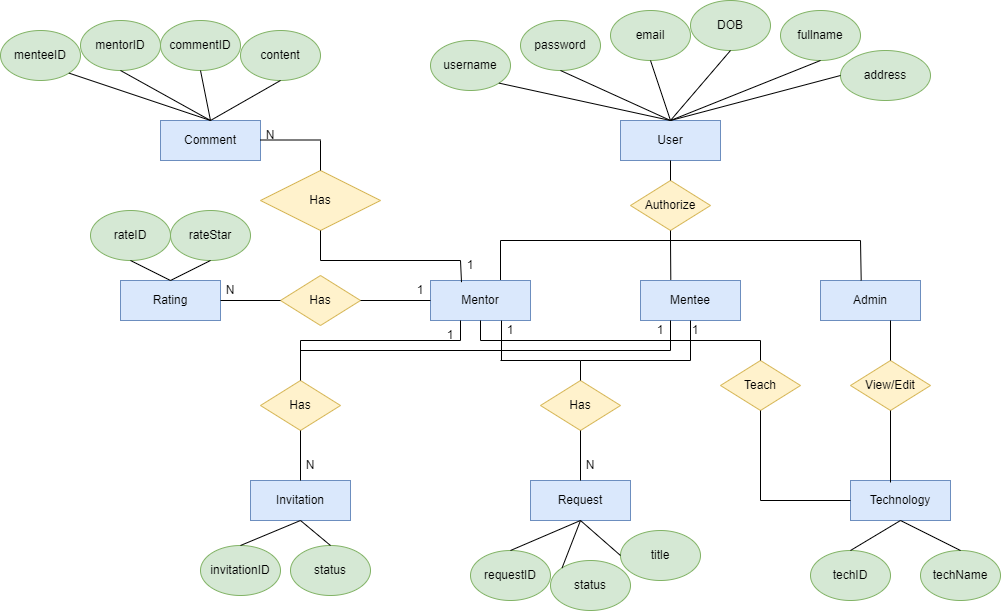
This is demoERD.drawio.png from dungdt23/SWP391_Document, a draw.io export, as it was before one commit. Source tidied: cells renumbered, new cells last; positions are measured from the earlier drawing's top-left corner, leaving out a move shared by most shapes.
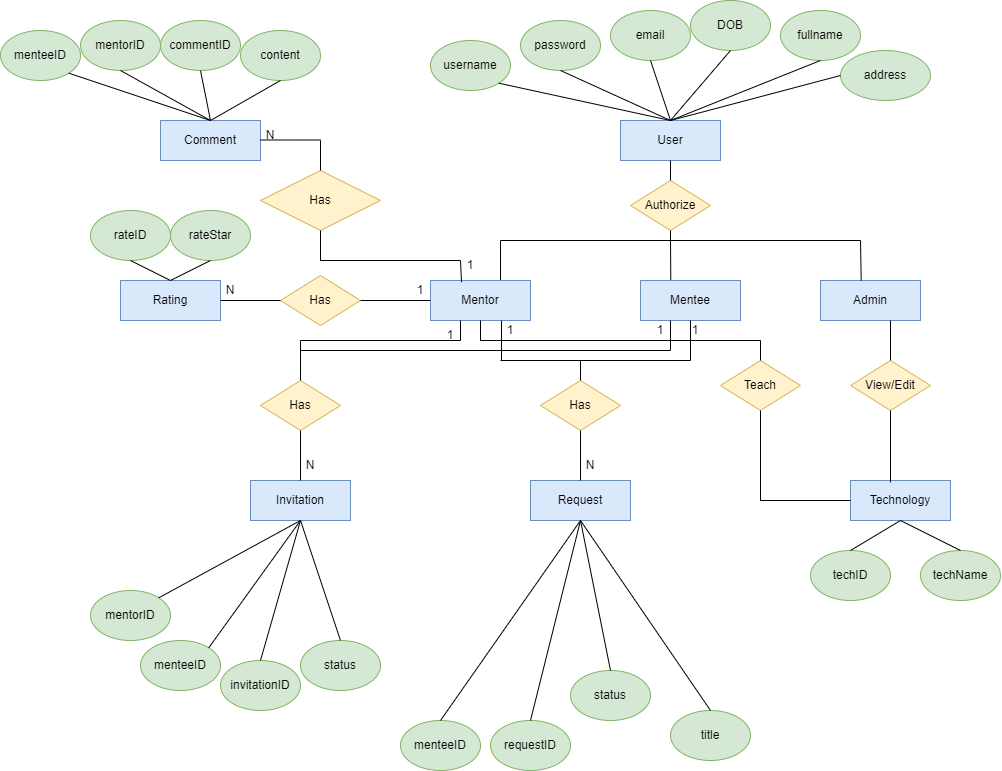
After the commit.

The edit, as a diff of the source:
```diff
@@ -68,10 +68,10 @@
       <mxGeometry x="530" y="480" width="100" height="40" as="geometry" />
     </mxCell>
     <mxCell id="20" value="requestID" style="ellipse;whiteSpace=wrap;html=1;align=center;fillColor=#d5e8d4;strokeColor=#82b366;" parent="1" vertex="1">
-      <mxGeometry x="470" y="550" width="80" height="50" as="geometry" />
+      <mxGeometry x="490" y="720" width="80" height="50" as="geometry" />
     </mxCell>
     <mxCell id="21" value="status" style="ellipse;whiteSpace=wrap;html=1;align=center;fillColor=#d5e8d4;strokeColor=#82b366;" parent="1" vertex="1">
-      <mxGeometry x="550" y="560" width="80" height="50" as="geometry" />
+      <mxGeometry x="570" y="670" width="80" height="50" as="geometry" />
     </mxCell>
     <mxCell id="22" value="Has" style="shape=rhombus;perimeter=rhombusPerimeter;whiteSpace=wrap;html=1;align=center;fillColor=#fff2cc;strokeColor=#d6b656;" parent="1" vertex="1">
       <mxGeometry x="260" y="380" width="80" height="50" as="geometry" />
@@ -82,7 +82,7 @@
     <mxCell id="24" style="endArrow=none;html=1;rounded=0;exitX=0.5;exitY=0;exitDx=0;exitDy=0;entryX=0.5;entryY=1;entryDx=0;entryDy=0;" parent="1" edge="1" source="20" target="19">
       <mxGeometry relative="1" as="geometry" />
     </mxCell>
-    <mxCell id="25" style="endArrow=none;html=1;rounded=0;entryX=0.5;entryY=1;entryDx=0;entryDy=0;exitX=0;exitY=0;exitDx=0;exitDy=0;" parent="1" edge="1" source="21" target="19">
+    <mxCell id="25" style="endArrow=none;html=1;rounded=0;entryX=0.5;entryY=1;entryDx=0;entryDy=0;exitX=0.5;exitY=0;exitDx=0;exitDy=0;" parent="1" edge="1" source="21" target="19">
       <mxGeometry relative="1" as="geometry" />
     </mxCell>
     <mxCell id="26" style="endArrow=none;html=1;rounded=0;entryX=0.5;entryY=1;entryDx=0;entryDy=0;" parent="1" edge="1" target="15">
@@ -119,16 +119,16 @@
       <mxGeometry x="250" y="480" width="100" height="40" as="geometry" />
     </mxCell>
     <mxCell id="33" value="title" style="ellipse;whiteSpace=wrap;html=1;align=center;fillColor=#d5e8d4;strokeColor=#82b366;" parent="1" vertex="1">
-      <mxGeometry x="620" y="530" width="80" height="50" as="geometry" />
+      <mxGeometry x="670" y="710" width="80" height="50" as="geometry" />
     </mxCell>
-    <mxCell id="34" style="endArrow=none;html=1;rounded=0;exitX=0.5;exitY=1;exitDx=0;exitDy=0;entryX=0;entryY=0.5;entryDx=0;entryDy=0;" parent="1" edge="1" source="19" target="33">
+    <mxCell id="34" style="endArrow=none;html=1;rounded=0;exitX=0.5;exitY=1;exitDx=0;exitDy=0;entryX=0.5;entryY=0;entryDx=0;entryDy=0;" parent="1" edge="1" source="19" target="33">
       <mxGeometry relative="1" as="geometry" />
     </mxCell>
     <mxCell id="35" value="invitationID" style="ellipse;whiteSpace=wrap;html=1;align=center;fillColor=#d5e8d4;strokeColor=#82b366;" parent="1" vertex="1">
-      <mxGeometry x="200" y="545" width="80" height="50" as="geometry" />
+      <mxGeometry x="220" y="660" width="80" height="50" as="geometry" />
     </mxCell>
     <mxCell id="36" value="status" style="ellipse;whiteSpace=wrap;html=1;align=center;fillColor=#d5e8d4;strokeColor=#82b366;" parent="1" vertex="1">
-      <mxGeometry x="290" y="545" width="80" height="50" as="geometry" />
+      <mxGeometry x="300" y="640" width="80" height="50" as="geometry" />
     </mxCell>
     <mxCell id="37" style="endArrow=none;html=1;rounded=0;exitX=0.5;exitY=1;exitDx=0;exitDy=0;entryX=0.5;entryY=0;entryDx=0;entryDy=0;" parent="1" edge="1" source="32" target="35">
       <mxGeometry relative="1" as="geometry" />
@@ -352,5 +352,23 @@
     <mxCell id="97" style="endArrow=none;html=1;rounded=0;entryX=0;entryY=0.5;entryDx=0;entryDy=0;exitX=0.5;exitY=0;exitDx=0;exitDy=0;" parent="1" edge="1" source="2" target="96">
       <mxGeometry relative="1" as="geometry" />
     </mxCell>
+    <mxCell id="98" value="menteeID" style="ellipse;whiteSpace=wrap;html=1;align=center;fillColor=#d5e8d4;strokeColor=#82b366;" parent="1" vertex="1">
+      <mxGeometry x="140" y="640" width="80" height="50" as="geometry" />
+    </mxCell>
+    <mxCell id="99" value="menteeID" style="ellipse;whiteSpace=wrap;html=1;align=center;fillColor=#d5e8d4;strokeColor=#82b366;" parent="1" vertex="1">
+      <mxGeometry x="400" y="720" width="80" height="50" as="geometry" />
+    </mxCell>
+    <mxCell id="100" value="mentorID" style="ellipse;whiteSpace=wrap;html=1;align=center;fillColor=#d5e8d4;strokeColor=#82b366;" parent="1" vertex="1">
+      <mxGeometry x="90" y="590" width="80" height="50" as="geometry" />
+    </mxCell>
+    <mxCell id="101" style="endArrow=none;html=1;rounded=0;entryX=0.5;entryY=1;entryDx=0;entryDy=0;exitX=0.5;exitY=0;exitDx=0;exitDy=0;" parent="1" edge="1" source="99" target="19">
+      <mxGeometry relative="1" as="geometry" />
+    </mxCell>
+    <mxCell id="102" style="endArrow=none;html=1;rounded=0;entryX=0.5;entryY=1;entryDx=0;entryDy=0;exitX=1;exitY=0;exitDx=0;exitDy=0;" parent="1" edge="1" source="98" target="32">
+      <mxGeometry relative="1" as="geometry" />
+    </mxCell>
+    <mxCell id="103" style="endArrow=none;html=1;rounded=0;exitX=1;exitY=0;exitDx=0;exitDy=0;entryX=0.5;entryY=1;entryDx=0;entryDy=0;" parent="1" edge="1" source="100" target="32">
+      <mxGeometry relative="1" as="geometry" />
+    </mxCell>
   </root>
 </mxGraphModel>
```
